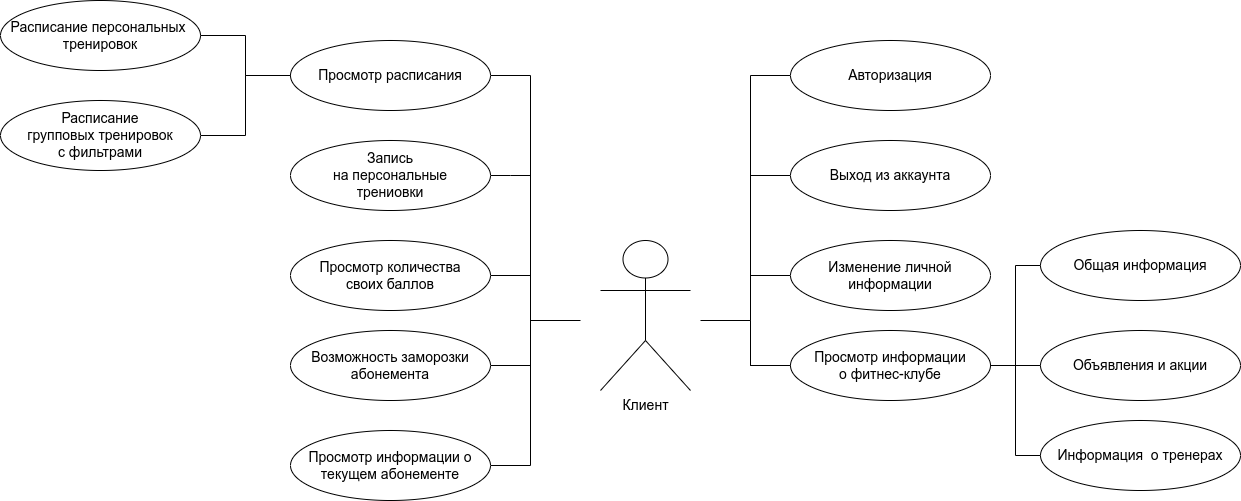
Earlier version of the draw.io export img/usecase-client.png (Ananasiika/FlexAirFit). Source tidied: cells renumbered, new cells last; positions are measured from the earlier drawing's top-left corner, leaving out a move shared by most shapes. The source it was exported from:
```xml
<mxGraphModel>
  <root>
    <mxCell id="0" />
    <mxCell id="1" parent="0" />
    <mxCell id="2" value="&lt;span style=&quot;font-size: 14px&quot;&gt;Клиент&lt;/span&gt;" style="shape=umlActor;verticalLabelPosition=bottom;verticalAlign=top;html=1;" parent="1" vertex="1">
      <mxGeometry x="600" y="240" width="90" height="150" as="geometry" />
    </mxCell>
    <mxCell id="3" style="edgeStyle=orthogonalEdgeStyle;rounded=0;html=1;fontSize=14;endArrow=none;endFill=0;strokeColor=default;exitX=0;exitY=0.5;exitDx=0;exitDy=0;entryX=0;entryY=0.5;entryDx=0;entryDy=0;" parent="1" edge="1" source="14" target="4">
      <mxGeometry relative="1" as="geometry">
        <Array as="points">
          <mxPoint x="750" y="75" />
          <mxPoint x="750" y="275" />
        </Array>
      </mxGeometry>
    </mxCell>
    <mxCell id="4" value="Изменение личной информации" style="ellipse;whiteSpace=wrap;html=1;fontSize=14;" parent="1" vertex="1">
      <mxGeometry x="790" y="240" width="200" height="70" as="geometry" />
    </mxCell>
    <mxCell id="5" style="edgeStyle=orthogonalEdgeStyle;rounded=0;html=1;fontSize=14;endArrow=none;endFill=0;strokeColor=default;exitX=0;exitY=0.5;exitDx=0;exitDy=0;" parent="1" edge="1" source="6">
      <mxGeometry relative="1" as="geometry">
        <mxPoint x="750" y="175" as="targetPoint" />
      </mxGeometry>
    </mxCell>
    <mxCell id="6" value="Выход из аккаунта" style="ellipse;whiteSpace=wrap;html=1;fontSize=14;" parent="1" vertex="1">
      <mxGeometry x="790" y="140" width="200" height="70" as="geometry" />
    </mxCell>
    <mxCell id="7" style="edgeStyle=orthogonalEdgeStyle;html=1;exitX=1;exitY=0.5;exitDx=0;exitDy=0;entryX=1;entryY=0.5;entryDx=0;entryDy=0;fontSize=14;strokeColor=default;rounded=0;endArrow=none;endFill=0;" parent="1" edge="1" source="8" target="11">
      <mxGeometry relative="1" as="geometry">
        <Array as="points">
          <mxPoint x="530" y="75" />
          <mxPoint x="530" y="275" />
        </Array>
      </mxGeometry>
    </mxCell>
    <mxCell id="8" value="Просмотр расписания" style="ellipse;whiteSpace=wrap;html=1;fontSize=14;" parent="1" vertex="1">
      <mxGeometry x="290" y="40" width="200" height="70" as="geometry" />
    </mxCell>
    <mxCell id="9" style="edgeStyle=orthogonalEdgeStyle;rounded=0;html=1;exitX=1;exitY=0.5;exitDx=0;exitDy=0;fontSize=14;endArrow=none;endFill=0;strokeColor=default;" parent="1" edge="1" source="10">
      <mxGeometry relative="1" as="geometry">
        <mxPoint x="530" y="175" as="targetPoint" />
      </mxGeometry>
    </mxCell>
    <mxCell id="10" value="Запись&lt;br&gt;на персональные&lt;br&gt;трениовки" style="ellipse;whiteSpace=wrap;html=1;fontSize=14;" parent="1" vertex="1">
      <mxGeometry x="290" y="140" width="200" height="70" as="geometry" />
    </mxCell>
    <mxCell id="11" value="Просмотр количества &lt;br&gt;своих баллов" style="ellipse;whiteSpace=wrap;html=1;fontSize=14;" parent="1" vertex="1">
      <mxGeometry x="290" y="240" width="200" height="70" as="geometry" />
    </mxCell>
    <mxCell id="12" style="edgeStyle=orthogonalEdgeStyle;html=1;exitX=1;exitY=0.5;exitDx=0;exitDy=0;rounded=0;endArrow=none;endFill=0;" parent="1" edge="1" source="13">
      <mxGeometry relative="1" as="geometry">
        <mxPoint x="530" y="270" as="targetPoint" />
        <Array as="points">
          <mxPoint x="530" y="365" />
        </Array>
      </mxGeometry>
    </mxCell>
    <mxCell id="13" value="Возможность заморозки абонемента" style="ellipse;whiteSpace=wrap;html=1;fontSize=14;" parent="1" vertex="1">
      <mxGeometry x="290" y="330" width="200" height="70" as="geometry" />
    </mxCell>
    <mxCell id="14" value="Авторизация" style="ellipse;whiteSpace=wrap;html=1;fontSize=14;" parent="1" vertex="1">
      <mxGeometry x="790" y="40" width="200" height="70" as="geometry" />
    </mxCell>
    <mxCell id="15" style="edgeStyle=orthogonalEdgeStyle;rounded=0;html=1;exitX=0;exitY=0.5;exitDx=0;exitDy=0;endArrow=none;endFill=0;" parent="1" edge="1" source="16">
      <mxGeometry relative="1" as="geometry">
        <mxPoint x="750" y="270" as="targetPoint" />
        <Array as="points">
          <mxPoint x="750" y="365" />
          <mxPoint x="750" y="320" />
        </Array>
      </mxGeometry>
    </mxCell>
    <mxCell id="16" value="Просмотр информации&lt;br&gt;о фитнес-клубе" style="ellipse;whiteSpace=wrap;html=1;fontSize=14;" parent="1" vertex="1">
      <mxGeometry x="790" y="330" width="200" height="70" as="geometry" />
    </mxCell>
    <mxCell id="17" style="edgeStyle=orthogonalEdgeStyle;rounded=0;html=1;exitX=1;exitY=0.5;exitDx=0;exitDy=0;endArrow=none;endFill=0;" parent="1" edge="1" source="18">
      <mxGeometry relative="1" as="geometry">
        <mxPoint x="580" y="320" as="targetPoint" />
        <Array as="points">
          <mxPoint x="530" y="465" />
          <mxPoint x="530" y="320" />
          <mxPoint x="580" y="320" />
        </Array>
      </mxGeometry>
    </mxCell>
    <mxCell id="18" value="Просмотр информации о текущем абонементе" style="ellipse;whiteSpace=wrap;html=1;fontSize=14;" parent="1" vertex="1">
      <mxGeometry x="290" y="430" width="200" height="70" as="geometry" />
    </mxCell>
    <mxCell id="19" style="edgeStyle=orthogonalEdgeStyle;rounded=0;html=1;exitX=0;exitY=0.5;exitDx=0;exitDy=0;endArrow=none;endFill=0;" parent="1" edge="1" source="16">
      <mxGeometry relative="1" as="geometry">
        <mxPoint x="700" y="320" as="targetPoint" />
        <Array as="points">
          <mxPoint x="750" y="365" />
          <mxPoint x="750" y="320" />
        </Array>
      </mxGeometry>
    </mxCell>
    <mxCell id="20" style="endArrow=none;html=1;rounded=0;entryX=1;entryY=0.5;entryDx=0;entryDy=0;exitX=0;exitY=0.5;exitDx=0;exitDy=0;edgeStyle=orthogonalEdgeStyle;" parent="1" edge="1" source="8" target="21">
      <mxGeometry relative="1" as="geometry" />
    </mxCell>
    <mxCell id="21" value="Расписание &lt;br&gt;групповых тренировок&lt;br&gt;с фильтрами" style="ellipse;whiteSpace=wrap;html=1;fontSize=14;" parent="1" vertex="1">
      <mxGeometry y="100" width="200" height="70" as="geometry" />
    </mxCell>
    <mxCell id="22" value="Расписание персональных&amp;nbsp;&lt;br&gt;тренировок" style="ellipse;whiteSpace=wrap;html=1;fontSize=14;" parent="1" vertex="1">
      <mxGeometry width="200" height="70" as="geometry" />
    </mxCell>
    <mxCell id="23" style="endArrow=none;html=1;rounded=0;entryX=1;entryY=0.5;entryDx=0;entryDy=0;exitX=0;exitY=0.5;exitDx=0;exitDy=0;edgeStyle=orthogonalEdgeStyle;" parent="1" edge="1" source="8" target="22">
      <mxGeometry relative="1" as="geometry" />
    </mxCell>
    <mxCell id="24" value="Объявления и акции" style="ellipse;whiteSpace=wrap;html=1;fontSize=14;" parent="1" vertex="1">
      <mxGeometry x="1040" y="330" width="200" height="70" as="geometry" />
    </mxCell>
    <mxCell id="25" value="Общая информация" style="ellipse;whiteSpace=wrap;html=1;fontSize=14;" parent="1" vertex="1">
      <mxGeometry x="1040" y="230" width="200" height="70" as="geometry" />
    </mxCell>
    <mxCell id="26" style="endArrow=none;html=1;rounded=0;entryX=0;entryY=0.5;entryDx=0;entryDy=0;exitX=1;exitY=0.5;exitDx=0;exitDy=0;edgeStyle=orthogonalEdgeStyle;" parent="1" edge="1" source="16" target="25">
      <mxGeometry relative="1" as="geometry" />
    </mxCell>
    <mxCell id="27" style="endArrow=none;html=1;rounded=0;entryX=0;entryY=0.5;entryDx=0;entryDy=0;exitX=1;exitY=0.5;exitDx=0;exitDy=0;edgeStyle=orthogonalEdgeStyle;" parent="1" edge="1" source="16" target="24">
      <mxGeometry relative="1" as="geometry" />
    </mxCell>
    <mxCell id="28" value="Информация&amp;nbsp; о тренерах" style="ellipse;whiteSpace=wrap;html=1;fontSize=14;" parent="1" vertex="1">
      <mxGeometry x="1040" y="420" width="200" height="70" as="geometry" />
    </mxCell>
    <mxCell id="29" style="endArrow=none;html=1;rounded=0;entryX=0;entryY=0.5;entryDx=0;entryDy=0;exitX=1;exitY=0.5;exitDx=0;exitDy=0;edgeStyle=orthogonalEdgeStyle;" parent="1" edge="1" source="16" target="28">
      <mxGeometry relative="1" as="geometry" />
    </mxCell>
  </root>
</mxGraphModel>
```
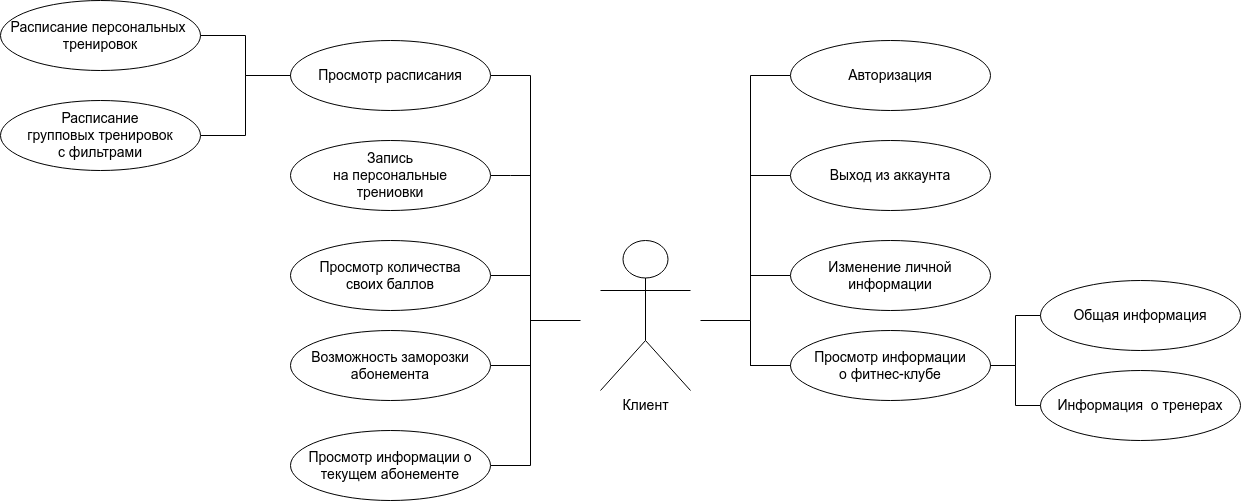
After the commit.

Diff of the diagram source:
```diff
@@ -106,20 +106,14 @@
     <mxCell id="23" style="endArrow=none;html=1;rounded=0;entryX=1;entryY=0.5;entryDx=0;entryDy=0;exitX=0;exitY=0.5;exitDx=0;exitDy=0;edgeStyle=orthogonalEdgeStyle;" parent="1" edge="1" source="8" target="22">
       <mxGeometry relative="1" as="geometry" />
     </mxCell>
-    <mxCell id="24" value="Объявления и акции" style="ellipse;whiteSpace=wrap;html=1;fontSize=14;" parent="1" vertex="1">
-      <mxGeometry x="1040" y="330" width="200" height="70" as="geometry" />
-    </mxCell>
     <mxCell id="25" value="Общая информация" style="ellipse;whiteSpace=wrap;html=1;fontSize=14;" parent="1" vertex="1">
-      <mxGeometry x="1040" y="230" width="200" height="70" as="geometry" />
+      <mxGeometry x="1040" y="280" width="200" height="70" as="geometry" />
     </mxCell>
     <mxCell id="26" style="endArrow=none;html=1;rounded=0;entryX=0;entryY=0.5;entryDx=0;entryDy=0;exitX=1;exitY=0.5;exitDx=0;exitDy=0;edgeStyle=orthogonalEdgeStyle;" parent="1" edge="1" source="16" target="25">
       <mxGeometry relative="1" as="geometry" />
     </mxCell>
-    <mxCell id="27" style="endArrow=none;html=1;rounded=0;entryX=0;entryY=0.5;entryDx=0;entryDy=0;exitX=1;exitY=0.5;exitDx=0;exitDy=0;edgeStyle=orthogonalEdgeStyle;" parent="1" edge="1" source="16" target="24">
-      <mxGeometry relative="1" as="geometry" />
-    </mxCell>
     <mxCell id="28" value="Информация&amp;nbsp; о тренерах" style="ellipse;whiteSpace=wrap;html=1;fontSize=14;" parent="1" vertex="1">
-      <mxGeometry x="1040" y="420" width="200" height="70" as="geometry" />
+      <mxGeometry x="1040" y="370" width="200" height="70" as="geometry" />
     </mxCell>
     <mxCell id="29" style="endArrow=none;html=1;rounded=0;entryX=0;entryY=0.5;entryDx=0;entryDy=0;exitX=1;exitY=0.5;exitDx=0;exitDy=0;edgeStyle=orthogonalEdgeStyle;" parent="1" edge="1" source="16" target="28">
       <mxGeometry relative="1" as="geometry" />
```
